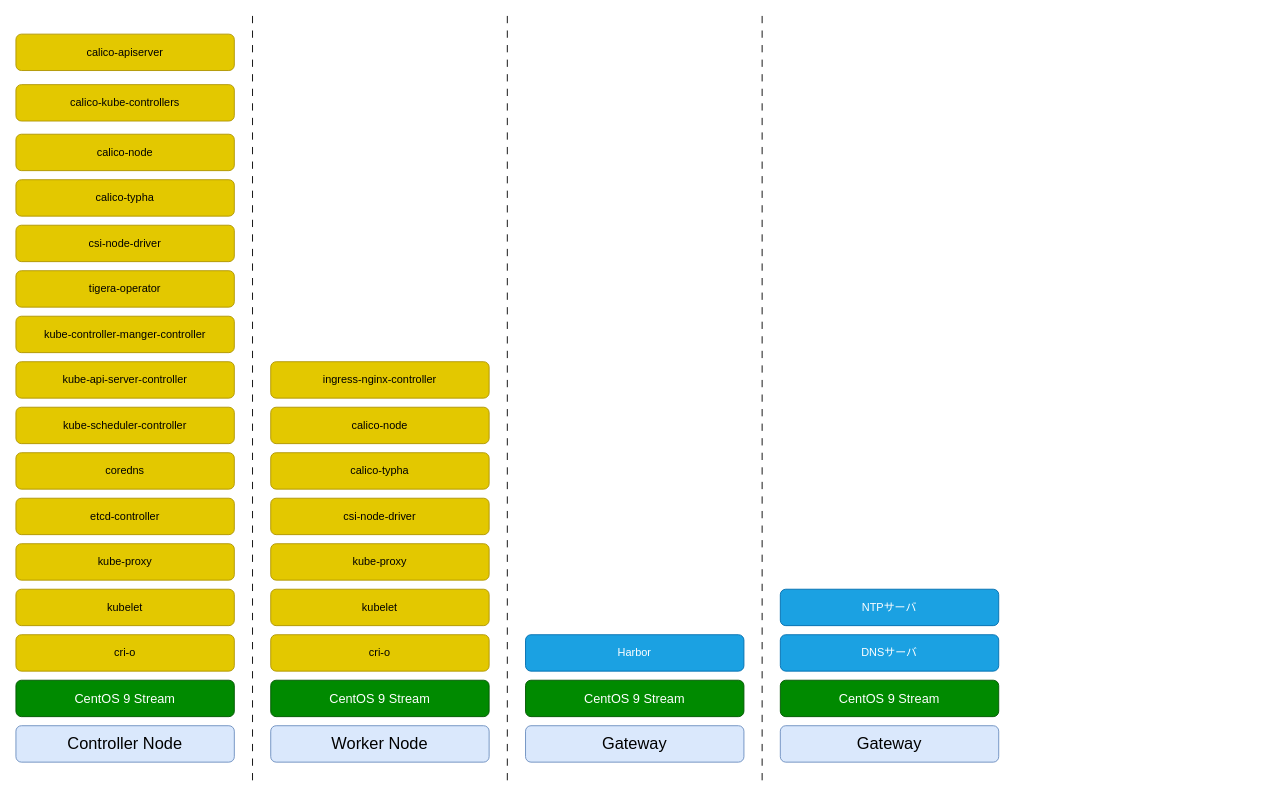
Before: _static/image/software_diagram.drawio in 9506hqwy/k8s_study_notes, a draw.io diagram. Source tidied: cells renumbered, new cells numbered last; positions are measured from the earlier drawing's top-left corner, leaving out a move shared by most shapes. Both pictures are drawn from the tidied source at 91%, with x=0, y=0 at pixel (15, 15).
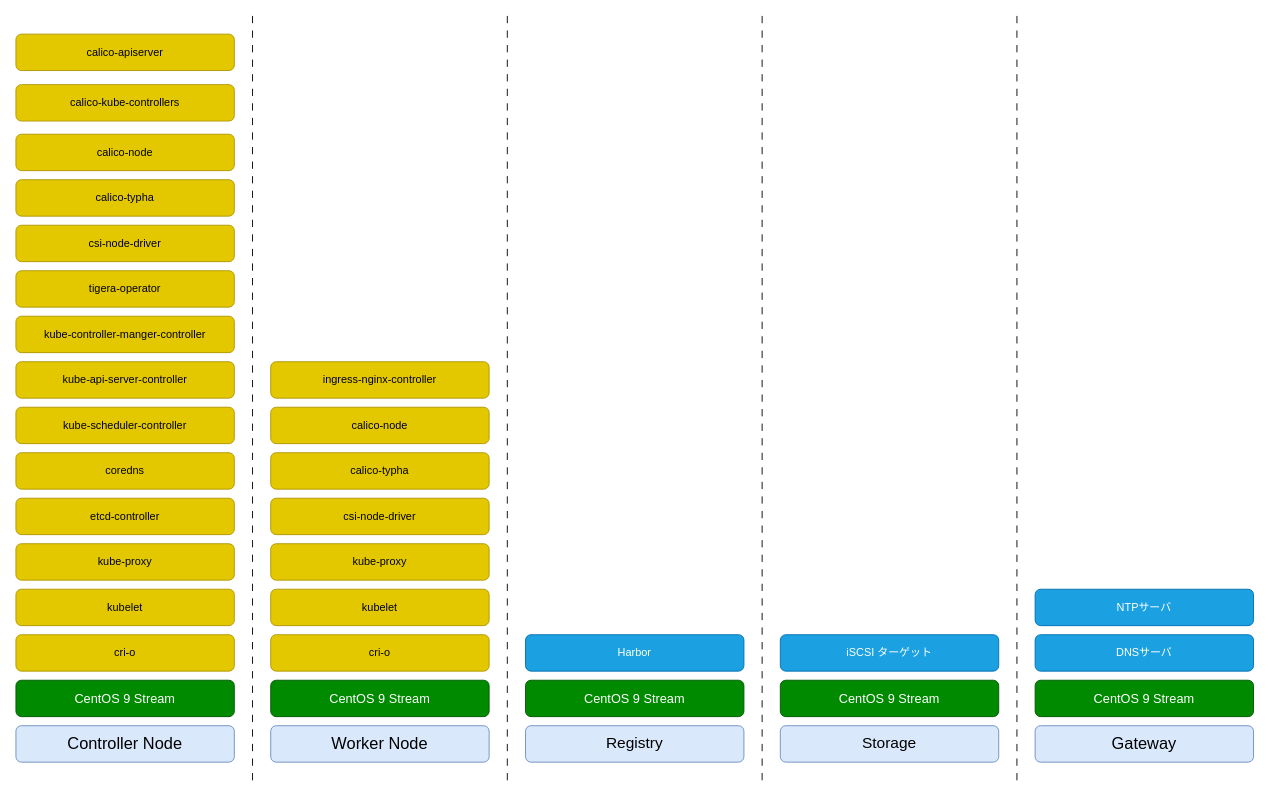
After the change.

Change to the diagram source:
```diff
@@
-    <mxCell id="3" value="&lt;div style=&quot;font-size: 18px;&quot;&gt;&lt;font style=&quot;font-size: 18px;&quot;&gt;Gateway&lt;/font&gt;&lt;/div&gt;" style="rounded=1;whiteSpace=wrap;html=1;fillColor=#dae8fc;strokeColor=#6c8ebf;" parent="1" vertex="1">
+    <mxCell id="3" value="&lt;font style=&quot;font-size: 17px;&quot;&gt;Registry&lt;/font&gt;" style="rounded=1;whiteSpace=wrap;html=1;fillColor=#dae8fc;strokeColor=#6c8ebf;" parent="1" vertex="1">
       <mxGeometry x="560" y="780" width="240" height="40" as="geometry" />
     </mxCell>
@@
-    <mxCell id="33" value="&lt;div style=&quot;font-size: 18px;&quot;&gt;&lt;font style=&quot;font-size: 18px;&quot;&gt;Gateway&lt;/font&gt;&lt;/div&gt;" style="rounded=1;whiteSpace=wrap;html=1;fillColor=#dae8fc;strokeColor=#6c8ebf;" parent="1" vertex="1">
+    <mxCell id="33" value="&lt;font style=&quot;font-size: 17px;&quot;&gt;Storage&lt;/font&gt;" style="rounded=1;whiteSpace=wrap;html=1;fillColor=#dae8fc;strokeColor=#6c8ebf;" parent="1" vertex="1">
       <mxGeometry x="840" y="780" width="240" height="40" as="geometry" />
     </mxCell>
@@
-    <mxCell id="35" value="&lt;div&gt;DNSサーバ&lt;/div&gt;" style="rounded=1;whiteSpace=wrap;html=1;fillColor=#1ba1e2;strokeColor=#006EAF;fontColor=#ffffff;" parent="1" vertex="1">
+    <mxCell id="35" value="iSCSI ターゲット" style="rounded=1;whiteSpace=wrap;html=1;fillColor=#1ba1e2;strokeColor=#006EAF;fontColor=#ffffff;" parent="1" vertex="1">
       <mxGeometry x="840" y="680" width="240" height="40" as="geometry" />
     </mxCell>
+    <mxCell id="37" style="endArrow=none;html=1;rounded=0;dashed=1;dashPattern=8 8;" parent="1" edge="1">
+      <mxGeometry relative="1" as="geometry">
+        <mxPoint x="1100" y="840" as="sourcePoint" />
+        <mxPoint x="1100" as="targetPoint" />
+      </mxGeometry>
+    </mxCell>
+    <mxCell id="38" value="&lt;div style=&quot;font-size: 18px;&quot;&gt;&lt;font style=&quot;font-size: 18px;&quot;&gt;Gateway&lt;/font&gt;&lt;/div&gt;" style="rounded=1;whiteSpace=wrap;html=1;fillColor=#dae8fc;strokeColor=#6c8ebf;" parent="1" vertex="1">
+      <mxGeometry x="1120" y="780" width="240" height="40" as="geometry" />
+    </mxCell>
+    <mxCell id="39" value="&lt;font style=&quot;font-size: 14px;&quot;&gt;CentOS 9 Stream&lt;/font&gt;" style="rounded=1;whiteSpace=wrap;html=1;fillColor=#008a00;strokeColor=#005700;fontColor=#ffffff;" parent="1" vertex="1">
+      <mxGeometry x="1120" y="730" width="240" height="40" as="geometry" />
+    </mxCell>
+    <mxCell id="40" value="&lt;div&gt;DNSサーバ&lt;/div&gt;" style="rounded=1;whiteSpace=wrap;html=1;fillColor=#1ba1e2;strokeColor=#006EAF;fontColor=#ffffff;" parent="1" vertex="1">
+      <mxGeometry x="1120" y="680" width="240" height="40" as="geometry" />
+    </mxCell>
     <mxCell id="36" value="NTPサーバ" style="rounded=1;whiteSpace=wrap;html=1;fillColor=#1ba1e2;strokeColor=#006EAF;fontColor=#ffffff;" parent="1" vertex="1">
-      <mxGeometry x="840" y="630" width="240" height="40" as="geometry" />
+      <mxGeometry x="1120" y="630" width="240" height="40" as="geometry" />
     </mxCell>
```
